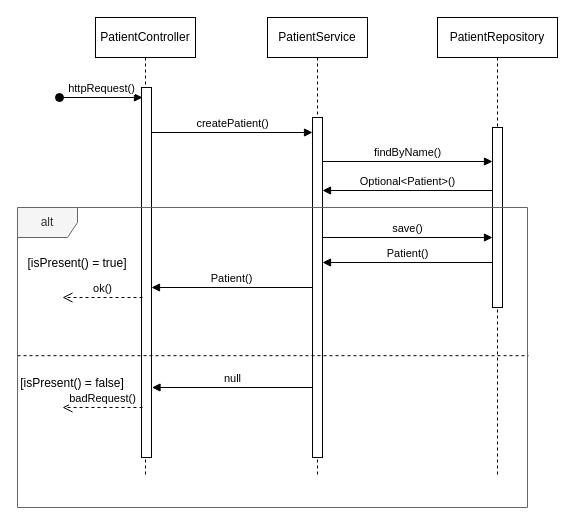
This is page "New-Patient" (4 of 5) of diagrams/SequenceDiagram.drawio from hollepat/VirtualDoctor_, a draw.io file, before an edit. Source tidied: cells renumbered, new cells numbered last; positions are measured from the earlier drawing's top-left corner, leaving out a move shared by most shapes. Both pictures are drawn from the tidied source at 100%, with x=0, y=0 at pixel (17, 17).
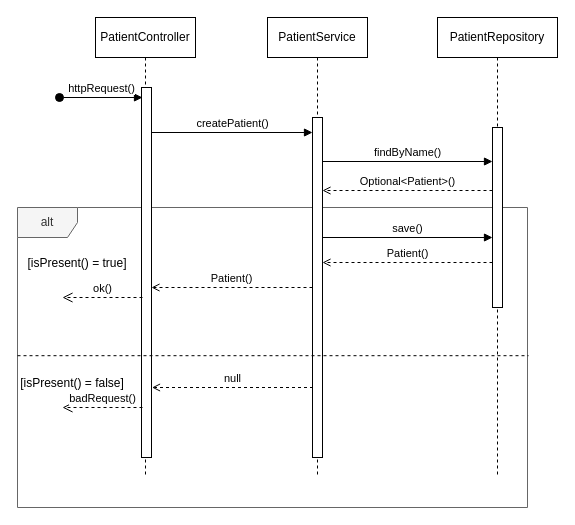
Above is the later version.

Unchanged cells that the change refers to:
```xml
<mxCell id="3" style="html=1;points=[[0,0,0,0,5],[0,1,0,0,-5],[1,0,0,0,5],[1,1,0,0,-5]];perimeter=orthogonalPerimeter;outlineConnect=0;targetShapes=umlLifeline;portConstraint=eastwest;newEdgeStyle={&quot;curved&quot;:0,&quot;rounded&quot;:0};" parent="2" vertex="1">
  <mxGeometry x="46" y="70" width="10" height="370" as="geometry" />
</mxCell>
<mxCell id="5" style="html=1;points=[[0,0,0,0,5],[0,1,0,0,-5],[1,0,0,0,5],[1,1,0,0,-5]];perimeter=orthogonalPerimeter;outlineConnect=0;targetShapes=umlLifeline;portConstraint=eastwest;newEdgeStyle={&quot;curved&quot;:0,&quot;rounded&quot;:0};" parent="4" vertex="1">
  <mxGeometry x="45" y="100" width="10" height="340" as="geometry" />
</mxCell>
```

The edit, as a diff of the source:
```diff
@@
+    <mxCell id="15" value="alt" style="shape=umlFrame;whiteSpace=wrap;html=1;fillColor=#f5f5f5;fontColor=#333333;strokeColor=#666666;" parent="1" vertex="1">
+      <mxGeometry y="190" width="510" height="300" as="geometry" />
+    </mxCell>
@@
-    <mxCell id="11" value="Optional&amp;lt;Patient&amp;gt;()" style="html=1;verticalAlign=bottom;endArrow=block;curved=0;rounded=0;" parent="1" edge="1">
+    <mxCell id="11" value="Optional&amp;lt;Patient&amp;gt;()" style="html=1;verticalAlign=bottom;endArrow=open;curved=0;rounded=0;dashed=1;endFill=0;" parent="1" edge="1">
       <mxGeometry relative="1" as="geometry">
         <mxPoint x="475" y="173" as="sourcePoint" />
         <mxPoint x="305" y="173" as="targetPoint" />
       </mxGeometry>
     </mxCell>
@@
-    <mxCell id="14" value="Patient()" style="html=1;verticalAlign=bottom;endArrow=block;curved=0;rounded=0;" parent="1" edge="1">
+    <mxCell id="14" value="Patient()" style="html=1;verticalAlign=bottom;endArrow=open;curved=0;rounded=0;dashed=1;endFill=0;" parent="1" edge="1">
       <mxGeometry relative="1" as="geometry">
         <mxPoint x="475" y="245" as="sourcePoint" />
         <mxPoint x="305" y="245" as="targetPoint" />
       </mxGeometry>
     </mxCell>
-    <mxCell id="15" value="alt" style="shape=umlFrame;whiteSpace=wrap;html=1;fillColor=#f5f5f5;fontColor=#333333;strokeColor=#666666;" parent="1" vertex="1">
-      <mxGeometry y="190" width="510" height="300" as="geometry" />
-    </mxCell>
-    <mxCell id="16" value="Patient()" style="html=1;verticalAlign=bottom;endArrow=block;curved=0;rounded=0;" parent="1" edge="1" source="5" target="3">
+    <mxCell id="16" value="Patient()" style="html=1;verticalAlign=bottom;endArrow=open;curved=0;rounded=0;dashed=1;endFill=0;" parent="1" edge="1" source="5" target="3">
       <mxGeometry relative="1" as="geometry" />
     </mxCell>
@@
-    <mxCell id="18" value="null" style="html=1;verticalAlign=bottom;endArrow=block;curved=0;rounded=0;" parent="1" edge="1">
+    <mxCell id="18" value="null" style="html=1;verticalAlign=bottom;endArrow=open;curved=0;rounded=0;dashed=1;endFill=0;" parent="1" edge="1">
       <mxGeometry relative="1" as="geometry">
         <mxPoint x="295.5" y="370" as="sourcePoint" />
         <mxPoint x="134.5" y="370" as="targetPoint" />
       </mxGeometry>
     </mxCell>
```
